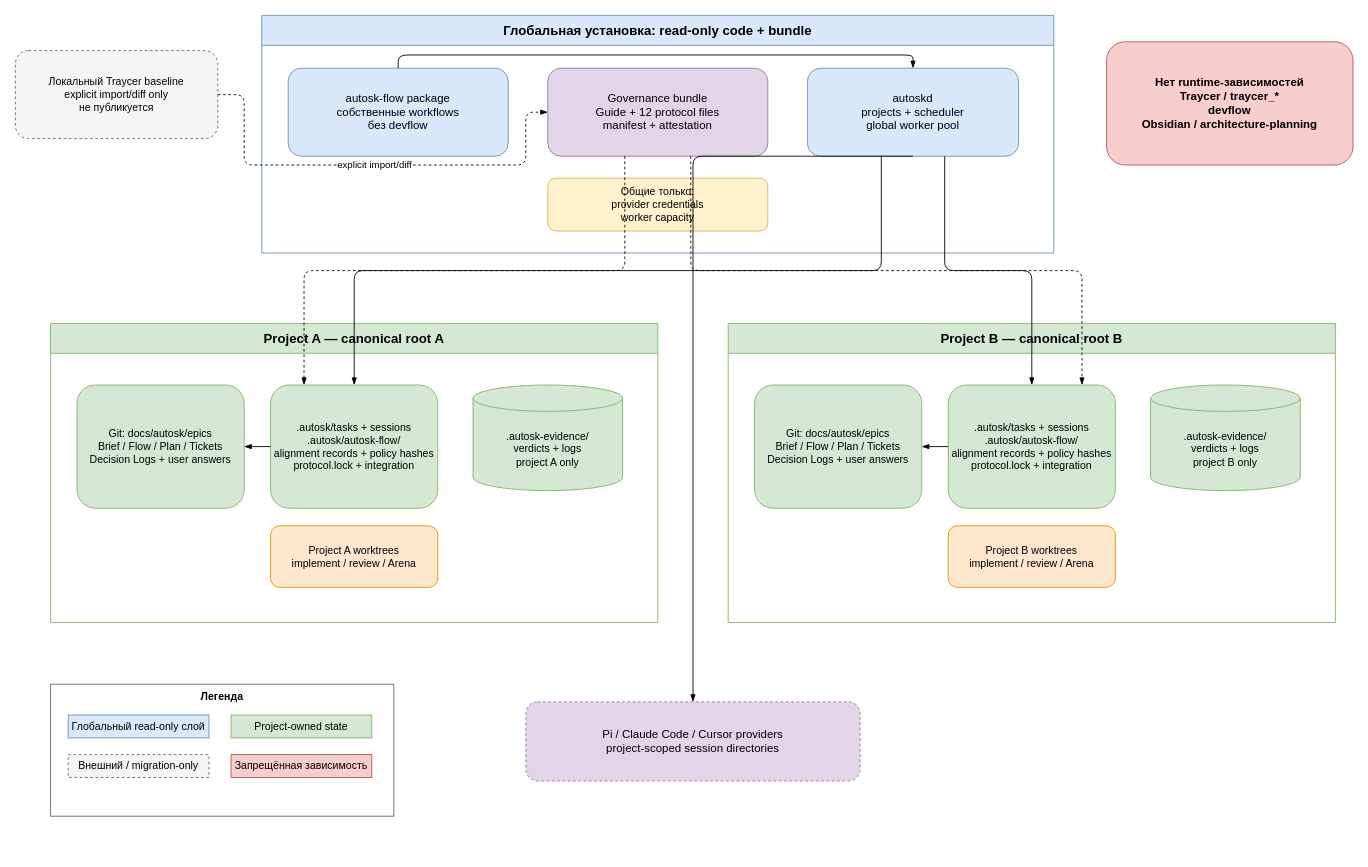
Valeron2206/autosk-traycer-flow keeps this draw.io diagram as page "Multi-project architecture" (2 of 2) of diagrams/autosk-flow.drawio. Above is the earlier version. Source tidied: cells renumbered, new cells numbered last; positions are measured from the earlier drawing's top-left corner, leaving out a move shared by most shapes. Both pictures are drawn from the tidied source at 88%, with x=0, y=0 at pixel (15, 15).
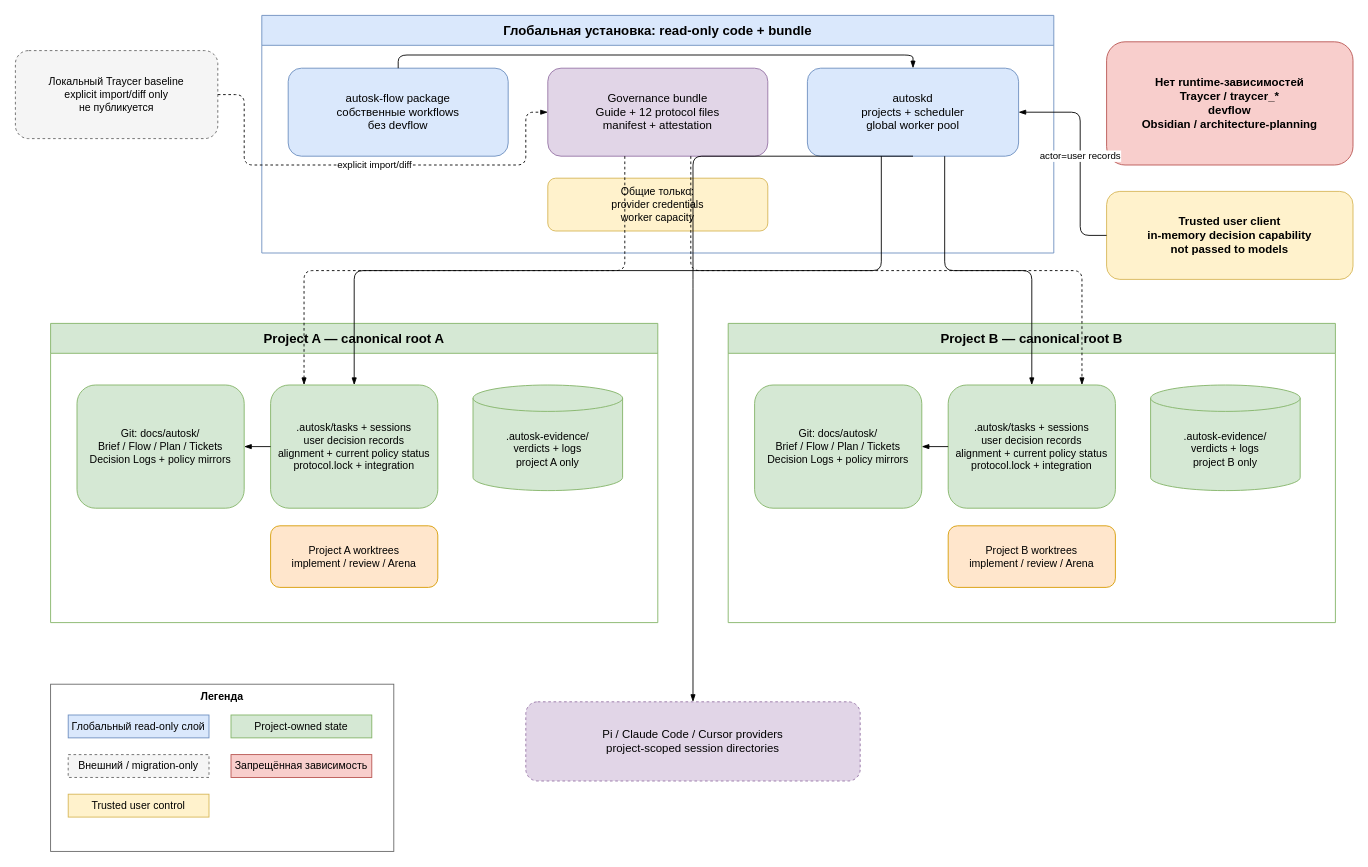
After the change.

Commit message (it also covers changes not shown here):
docs(flow): harden human authority gates

The change refers to these unchanged cells:
```xml
<mxCell id="5" value="autoskd&#10;projects + scheduler&#10;global worker pool" style="rounded=1;whiteSpace=wrap;html=1;fillColor=#dae8fc;strokeColor=#6c8ebf;fontSize=13;" parent="2" vertex="1">
  <mxGeometry x="620" y="60" width="240" height="100" as="geometry" />
</mxCell>
<mxCell id="9" value="Project A — canonical root A" style="swimlane;startSize=34;html=1;whiteSpace=wrap;fillColor=#d5e8d4;strokeColor=#82b366;fontStyle=1;fontSize=15;" parent="1" vertex="1">
  <mxGeometry x="40" y="350" width="690" height="340" as="geometry" />
</mxCell>
<mxCell id="14" value="Project B — canonical root B" style="swimlane;startSize=34;html=1;whiteSpace=wrap;fillColor=#d5e8d4;strokeColor=#82b366;fontStyle=1;fontSize=15;" parent="1" vertex="1">
  <mxGeometry x="810" y="350" width="690" height="340" as="geometry" />
</mxCell>
```

Diff of the diagram source:
```diff
@@
+    <mxCell id="34" value="Trusted user client&#10;in-memory decision capability&#10;not passed to models" style="rounded=1;whiteSpace=wrap;html=1;fillColor=#fff2cc;strokeColor=#d6b656;fontStyle=1;fontSize=13;" parent="1" vertex="1">
+      <mxGeometry x="1240" y="200" width="280" height="100" as="geometry" />
+    </mxCell>
@@
-    <mxCell id="10" value="Git: docs/autosk/epics&#10;Brief / Flow / Plan / Tickets&#10;Decision Logs + user answers" style="rounded=1;whiteSpace=wrap;html=1;fillColor=#d5e8d4;strokeColor=#82b366;fontSize=12;" parent="9" vertex="1">
+    <mxCell id="10" value="Git: docs/autosk/&#10;Brief / Flow / Plan / Tickets&#10;Decision Logs + policy mirrors" style="rounded=1;whiteSpace=wrap;html=1;fillColor=#d5e8d4;strokeColor=#82b366;fontSize=12;" parent="9" vertex="1">
       <mxGeometry x="30" y="70" width="190" height="140" as="geometry" />
     </mxCell>
-    <mxCell id="11" value=".autosk/tasks + sessions&#10;.autosk/autosk-flow/&#10;alignment records + policy hashes&#10;protocol.lock + integration" style="rounded=1;whiteSpace=wrap;html=1;fillColor=#d5e8d4;strokeColor=#82b366;fontSize=12;" parent="9" vertex="1">
+    <mxCell id="11" value=".autosk/tasks + sessions&#10;user decision records&#10;alignment + current policy status&#10;protocol.lock + integration" style="rounded=1;whiteSpace=wrap;html=1;fillColor=#d5e8d4;strokeColor=#82b366;fontSize=12;" parent="9" vertex="1">
       <mxGeometry x="250" y="70" width="190" height="140" as="geometry" />
     </mxCell>
@@
-    <mxCell id="15" value="Git: docs/autosk/epics&#10;Brief / Flow / Plan / Tickets&#10;Decision Logs + user answers" style="rounded=1;whiteSpace=wrap;html=1;fillColor=#d5e8d4;strokeColor=#82b366;fontSize=12;" parent="14" vertex="1">
+    <mxCell id="15" value="Git: docs/autosk/&#10;Brief / Flow / Plan / Tickets&#10;Decision Logs + policy mirrors" style="rounded=1;whiteSpace=wrap;html=1;fillColor=#d5e8d4;strokeColor=#82b366;fontSize=12;" parent="14" vertex="1">
       <mxGeometry x="30" y="70" width="190" height="140" as="geometry" />
     </mxCell>
-    <mxCell id="16" value=".autosk/tasks + sessions&#10;.autosk/autosk-flow/&#10;alignment records + policy hashes&#10;protocol.lock + integration" style="rounded=1;whiteSpace=wrap;html=1;fillColor=#d5e8d4;strokeColor=#82b366;fontSize=12;" parent="14" vertex="1">
+    <mxCell id="16" value=".autosk/tasks + sessions&#10;user decision records&#10;alignment + current policy status&#10;protocol.lock + integration" style="rounded=1;whiteSpace=wrap;html=1;fillColor=#d5e8d4;strokeColor=#82b366;fontSize=12;" parent="14" vertex="1">
       <mxGeometry x="250" y="70" width="190" height="140" as="geometry" />
     </mxCell>
@@
     <mxCell id="20" value="Легенда" style="rounded=0;whiteSpace=wrap;html=1;fillColor=none;strokeColor=#666666;verticalAlign=top;fontStyle=1;" parent="1" vertex="1">
-      <mxGeometry x="40" y="760" width="390" height="150" as="geometry" />
+      <mxGeometry x="40" y="760" width="390" height="190" as="geometry" />
     </mxCell>
@@
+    <mxCell id="35" value="Trusted user control" style="rounded=0;whiteSpace=wrap;html=1;fillColor=#fff2cc;strokeColor=#d6b656;" parent="20" vertex="1">
+      <mxGeometry x="20" y="125" width="160" height="26" as="geometry" />
+    </mxCell>
@@
+    <mxCell id="36" value="actor=user records" style="edgeStyle=orthogonalEdgeStyle;rounded=1;jettySize=auto;html=1;endArrow=blockThin;endFill=1;labelBackgroundColor=#ffffff;exitX=0;exitY=0.5;entryX=1;entryY=0.5;" parent="1" edge="1" source="34" target="5">
+      <mxGeometry relative="1" as="geometry">
+        <Array as="points">
+          <mxPoint x="1210" y="250" />
+          <mxPoint x="1210" y="110" />
+        </Array>
+      </mxGeometry>
+    </mxCell>
```
